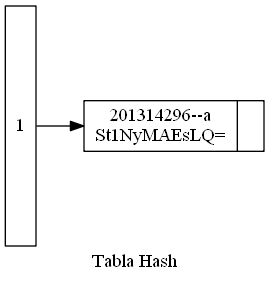
Above: EDD_Proyecto2/Reportes/Hash.png in hr9457/EDD_1S2020_PY2_201314296 (Graphviz), before the change. Its source is kept beside it as EDD_Proyecto2/ArchivosDot/Hash.dot.
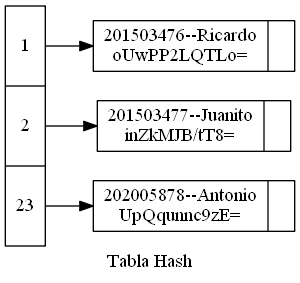
After the commit.

Change to the diagram source:
```diff
@@ -2,9 +2,13 @@
 nodesep=0.08;
 rankdir=LR;
 node [shape=record,width=0.1,height=0.1];
-nodo0 [label = "  <f0>1 " , height=2.5];
-nodo1[label = " {201314296--a\nSt1NyMAEsLQ=|}"];
+nodo0 [label = "  <f0>1| <f1>2| <f2>23 " , height=2.5];
+nodo1[label = " {201503476--Ricardo\noUwPP2LQTLo=|}"];
+nodo2[label = " {201503477--Juanito\ninZkMJB/tT8=|}"];
+nodo3[label = " {202005878--Antonio\nUpQqunnc9zE=|}"];
 
 nodo0:f0->nodo1
+nodo0:f1->nodo2
+nodo0:f2->nodo3
 label = " Tabla Hash ";
 }
```
